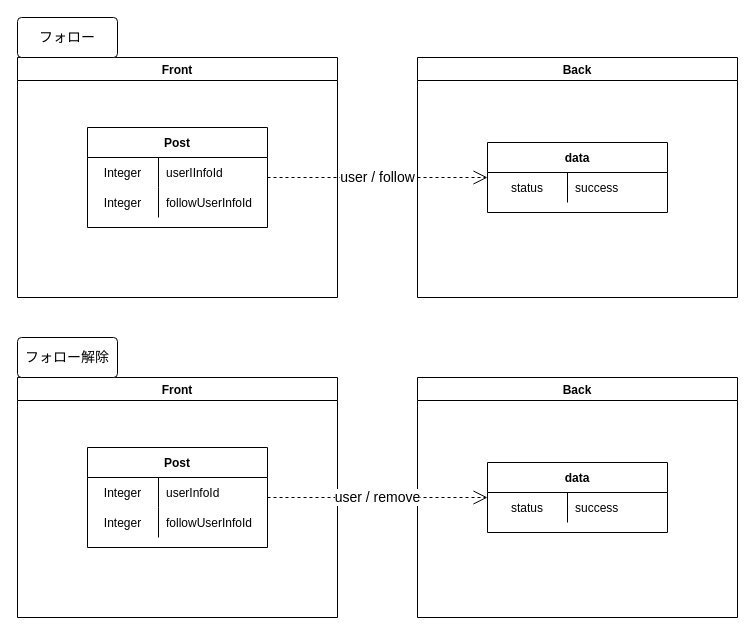
The draw.io diagram page "フォロー機能" (10 of 16) of Designs/基本設計.drawio in yusuke-rakus/Qiish, before the edit. Source tidied: cells renumbered, new cells numbered last; positions are measured from the earlier drawing's top-left corner, leaving out a move shared by most shapes. Both pictures are drawn from the tidied source at 100%, with x=0, y=0 at pixel (17, 17).
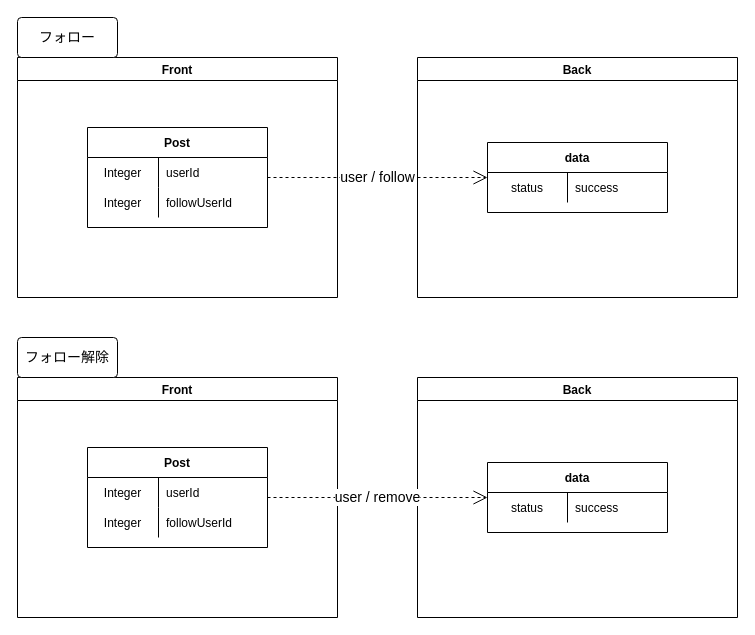
Above is the later version.

The change refers to these unchanged cells:
```xml
<mxCell id="4" style="shape=partialRectangle;fillColor=none;top=0;left=0;bottom=0;right=0;" parent="3" vertex="1">
  <mxGeometry y="30" width="180" height="30" as="geometry" />
</mxCell>
<mxCell id="7" style="shape=partialRectangle;fillColor=none;top=0;left=0;bottom=0;right=0;" parent="3" vertex="1">
  <mxGeometry y="60" width="180" height="30" as="geometry" />
</mxCell>
<mxCell id="18" style="shape=partialRectangle;fillColor=none;top=0;left=0;bottom=0;right=0;" parent="17" vertex="1">
  <mxGeometry y="30" width="180" height="30" as="geometry" />
</mxCell>
<mxCell id="21" style="shape=partialRectangle;fillColor=none;top=0;left=0;bottom=0;right=0;" parent="17" vertex="1">
  <mxGeometry y="60" width="180" height="30" as="geometry" />
</mxCell>
```

Change to the diagram source:
```diff
@@
-    <mxCell id="6" value="userIInfoId" style="shape=partialRectangle;fillColor=none;top=0;left=0;bottom=0;right=0;align=left;spacingLeft=6;overflow=hidden;" parent="4" vertex="1">
+    <mxCell id="6" value="userId" style="shape=partialRectangle;fillColor=none;top=0;left=0;bottom=0;right=0;align=left;spacingLeft=6;overflow=hidden;" parent="4" vertex="1">
       <mxGeometry x="71" width="109" height="30" as="geometry" />
     </mxCell>
@@
-    <mxCell id="9" value="followUserInfoId" style="shape=partialRectangle;fillColor=none;top=0;left=0;bottom=0;right=0;align=left;spacingLeft=6;overflow=hidden;" parent="7" vertex="1">
+    <mxCell id="9" value="followUserId" style="shape=partialRectangle;fillColor=none;top=0;left=0;bottom=0;right=0;align=left;spacingLeft=6;overflow=hidden;" parent="7" vertex="1">
       <mxGeometry x="71" width="109" height="30" as="geometry" />
     </mxCell>
@@
-    <mxCell id="20" value="userInfoId" style="shape=partialRectangle;fillColor=none;top=0;left=0;bottom=0;right=0;align=left;spacingLeft=6;overflow=hidden;" parent="18" vertex="1">
+    <mxCell id="20" value="userId" style="shape=partialRectangle;fillColor=none;top=0;left=0;bottom=0;right=0;align=left;spacingLeft=6;overflow=hidden;" parent="18" vertex="1">
       <mxGeometry x="71" width="109" height="30" as="geometry" />
     </mxCell>
@@
-    <mxCell id="23" value="followUserInfoId" style="shape=partialRectangle;fillColor=none;top=0;left=0;bottom=0;right=0;align=left;spacingLeft=6;overflow=hidden;" parent="21" vertex="1">
+    <mxCell id="23" value="followUserId" style="shape=partialRectangle;fillColor=none;top=0;left=0;bottom=0;right=0;align=left;spacingLeft=6;overflow=hidden;" parent="21" vertex="1">
       <mxGeometry x="71" width="109" height="30" as="geometry" />
     </mxCell>
```
